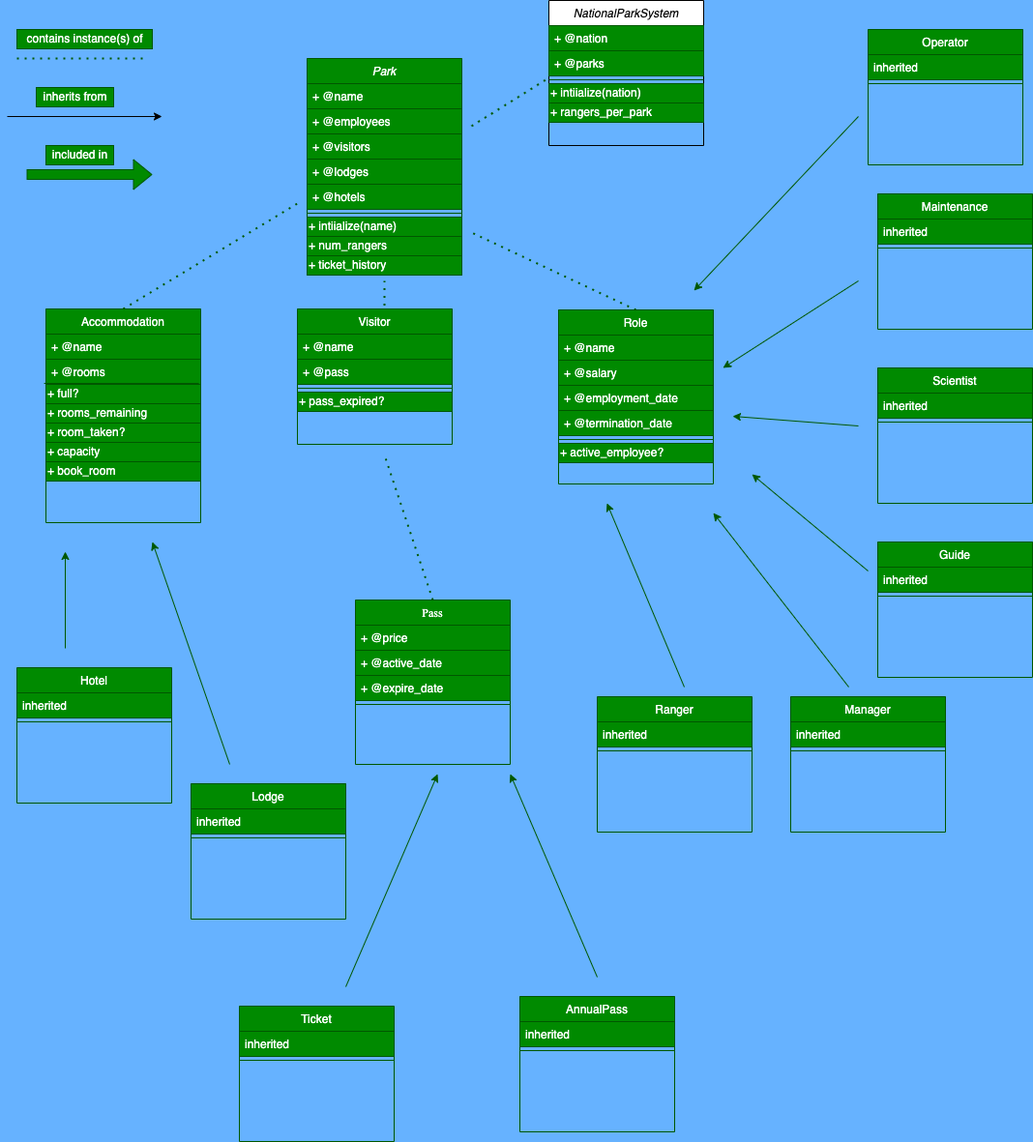
The draw.io diagram national_parks.drawio.png in TedTran2019-Qwasar/National-Parks-UML, before a commit. Source tidied: cells renumbered, new cells last; positions are measured from the earlier drawing's top-left corner, leaving out a move shared by most shapes.
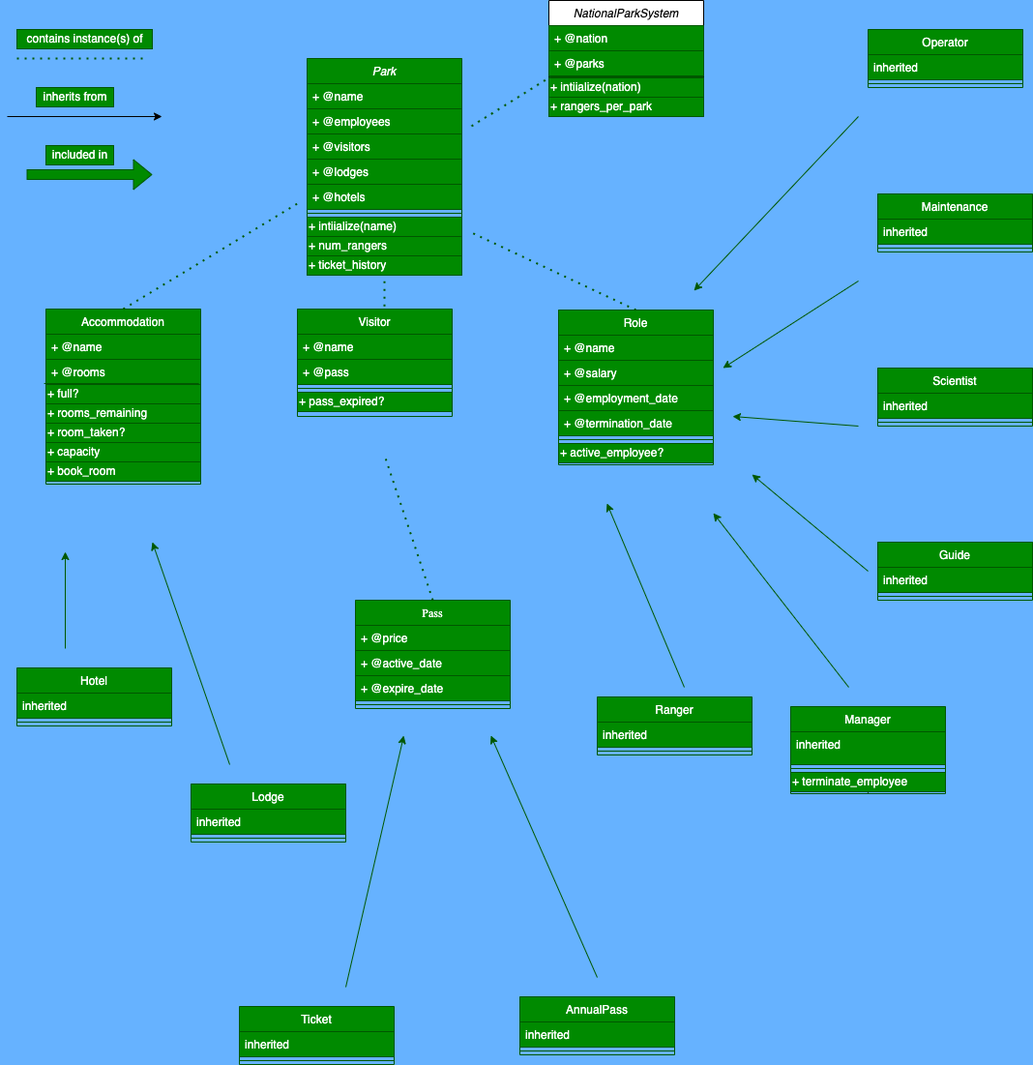
The same file after the commit.

Commit message:
Changes active? Also, this is terribly done lol...

The edit, as a diff of the source:
```diff
@@ -33,7 +33,7 @@
       <mxGeometry y="204" width="160" height="20" as="geometry" />
     </mxCell>
     <mxCell id="12" value="Accommodation&#10;" style="swimlane;fontStyle=0;align=center;verticalAlign=top;horizontal=1;startSize=26;rounded=0;shadow=0;strokeWidth=1;fillColor=#008a00;fontColor=#ffffff;strokeColor=#005700;" parent="1" vertex="1">
-      <mxGeometry x="40" y="319" width="160" height="221" as="geometry" />
+      <mxGeometry x="40" y="319" width="160" height="181" as="geometry" />
     </mxCell>
     <mxCell id="13" value="+ @name" style="text;align=left;verticalAlign=top;spacingLeft=4;spacingRight=4;overflow=hidden;fillColor=#008a00;fontColor=#ffffff;strokeColor=#005700;" parent="12" vertex="1">
       <mxGeometry y="26" width="160" height="26" as="geometry" />
@@ -60,7 +60,7 @@
       <mxGeometry relative="1" as="geometry" />
     </mxCell>
     <mxCell id="21" value="Visitor&#10;" style="swimlane;fontStyle=0;align=center;verticalAlign=top;horizontal=1;startSize=26;rounded=0;shadow=0;strokeWidth=1;fillColor=#008a00;fontColor=#ffffff;strokeColor=#005700;" parent="1" vertex="1">
-      <mxGeometry x="300" y="319" width="160" height="140" as="geometry" />
+      <mxGeometry x="300" y="319" width="160" height="111" as="geometry" />
     </mxCell>
     <mxCell id="22" value="+ @name&#10;" style="text;align=left;verticalAlign=top;spacingLeft=4;spacingRight=4;overflow=hidden;fillColor=#008a00;fontColor=#ffffff;strokeColor=#005700;" parent="21" vertex="1">
       <mxGeometry y="26" width="160" height="26" as="geometry" />
@@ -75,7 +75,7 @@
       <mxGeometry y="86" width="160" height="20" as="geometry" />
     </mxCell>
     <mxCell id="26" value="Role" style="swimlane;fontStyle=0;align=center;verticalAlign=top;horizontal=1;startSize=26;rounded=0;shadow=0;strokeWidth=1;fillColor=#008a00;fontColor=#ffffff;strokeColor=#005700;" parent="1" vertex="1">
-      <mxGeometry x="570" y="320" width="160" height="180" as="geometry" />
+      <mxGeometry x="570" y="320" width="160" height="160" as="geometry" />
     </mxCell>
     <mxCell id="27" value="+ @name" style="text;align=left;verticalAlign=top;spacingLeft=4;spacingRight=4;overflow=hidden;fillColor=#008a00;fontColor=#ffffff;strokeColor=#005700;" parent="26" vertex="1">
       <mxGeometry y="26" width="160" height="26" as="geometry" />
@@ -150,7 +150,7 @@
       </mxGeometry>
     </mxCell>
     <mxCell id="44" value="Hotel&#10;" style="swimlane;fontStyle=0;align=center;verticalAlign=top;horizontal=1;startSize=26;rounded=0;shadow=0;strokeWidth=1;fillColor=#008a00;fontColor=#ffffff;strokeColor=#005700;" parent="1" vertex="1">
-      <mxGeometry x="10" y="690" width="160" height="140" as="geometry" />
+      <mxGeometry x="10" y="690" width="160" height="60" as="geometry" />
     </mxCell>
     <mxCell id="45" value="inherited" style="text;align=left;verticalAlign=top;spacingLeft=4;spacingRight=4;overflow=hidden;fillColor=#008a00;fontColor=#ffffff;strokeColor=#005700;" parent="44" vertex="1">
       <mxGeometry y="26" width="160" height="26" as="geometry" />
@@ -159,7 +159,7 @@
       <mxGeometry y="52" width="160" height="8" as="geometry" />
     </mxCell>
     <mxCell id="47" value="Lodge&#10;" style="swimlane;fontStyle=0;align=center;verticalAlign=top;horizontal=1;startSize=26;rounded=0;shadow=0;strokeWidth=1;fillColor=#008a00;fontColor=#ffffff;strokeColor=#005700;" parent="1" vertex="1">
-      <mxGeometry x="190" y="810" width="160" height="140" as="geometry" />
+      <mxGeometry x="190" y="810" width="160" height="60" as="geometry" />
     </mxCell>
     <mxCell id="48" value="inherited" style="text;align=left;verticalAlign=top;spacingLeft=4;spacingRight=4;overflow=hidden;fillColor=#008a00;fontColor=#ffffff;strokeColor=#005700;" parent="47" vertex="1">
       <mxGeometry y="26" width="160" height="26" as="geometry" />
@@ -180,7 +180,7 @@
       </mxGeometry>
     </mxCell>
     <mxCell id="52" value="Ranger" style="swimlane;fontStyle=0;align=center;verticalAlign=top;horizontal=1;startSize=26;rounded=0;shadow=0;strokeWidth=1;fillColor=#008a00;fontColor=#ffffff;strokeColor=#005700;" parent="1" vertex="1">
-      <mxGeometry x="610" y="720" width="160" height="140" as="geometry" />
+      <mxGeometry x="610" y="720" width="160" height="60" as="geometry" />
     </mxCell>
     <mxCell id="53" value="inherited" style="text;align=left;verticalAlign=top;spacingLeft=4;spacingRight=4;overflow=hidden;fillColor=#008a00;fontColor=#ffffff;strokeColor=#005700;" parent="52" vertex="1">
       <mxGeometry y="26" width="160" height="26" as="geometry" />
@@ -189,16 +189,22 @@
       <mxGeometry y="52" width="160" height="8" as="geometry" />
     </mxCell>
     <mxCell id="55" value="Manager" style="swimlane;fontStyle=0;align=center;verticalAlign=top;horizontal=1;startSize=26;rounded=0;shadow=0;strokeWidth=1;fillColor=#008a00;fontColor=#ffffff;strokeColor=#005700;" parent="1" vertex="1">
-      <mxGeometry x="810" y="720" width="160" height="140" as="geometry" />
+      <mxGeometry x="810" y="730" width="160" height="90" as="geometry" />
     </mxCell>
     <mxCell id="56" value="inherited" style="text;align=left;verticalAlign=top;spacingLeft=4;spacingRight=4;overflow=hidden;fillColor=#008a00;fontColor=#ffffff;strokeColor=#005700;" parent="55" vertex="1">
-      <mxGeometry y="26" width="160" height="26" as="geometry" />
+      <mxGeometry y="26" width="160" height="34" as="geometry" />
     </mxCell>
     <mxCell id="57" style="line;html=1;strokeWidth=1;align=left;verticalAlign=middle;spacingTop=-1;spacingLeft=3;spacingRight=3;labelPosition=right;fillColor=#008a00;fontColor=#ffffff;strokeColor=#005700;" parent="55" vertex="1">
-      <mxGeometry y="52" width="160" height="8" as="geometry" />
+      <mxGeometry y="60" width="160" height="8" as="geometry" />
     </mxCell>
+    <mxCell id="95" style="edgeStyle=none;html=1;entryX=0.5;entryY=1;entryDx=0;entryDy=0;" parent="55" edge="1" source="96" target="55">
+      <mxGeometry relative="1" as="geometry" />
+    </mxCell>
+    <mxCell id="96" value="+ terminate_employee" style="text;html=1;align=left;verticalAlign=middle;points=[];strokeColor=#005700;fillColor=#008a00;fontColor=#ffffff;" parent="55" vertex="1">
+      <mxGeometry y="68" width="160" height="20" as="geometry" />
+    </mxCell>
     <mxCell id="58" value="Maintenance" style="swimlane;fontStyle=0;align=center;verticalAlign=top;horizontal=1;startSize=26;rounded=0;shadow=0;strokeWidth=1;fillColor=#008a00;fontColor=#ffffff;strokeColor=#005700;" parent="1" vertex="1">
-      <mxGeometry x="900" y="200" width="160" height="140" as="geometry" />
+      <mxGeometry x="900" y="200" width="160" height="60" as="geometry" />
     </mxCell>
     <mxCell id="59" value="inherited" style="text;align=left;verticalAlign=top;spacingLeft=4;spacingRight=4;overflow=hidden;fillColor=#008a00;fontColor=#ffffff;strokeColor=#005700;" parent="58" vertex="1">
       <mxGeometry y="26" width="160" height="26" as="geometry" />
@@ -207,7 +213,7 @@
       <mxGeometry y="52" width="160" height="8" as="geometry" />
     </mxCell>
     <mxCell id="61" value="Scientist&#10;" style="swimlane;fontStyle=0;align=center;verticalAlign=top;horizontal=1;startSize=26;rounded=0;shadow=0;strokeWidth=1;fillColor=#008a00;fontColor=#ffffff;strokeColor=#005700;" parent="1" vertex="1">
-      <mxGeometry x="900" y="380" width="160" height="140" as="geometry" />
+      <mxGeometry x="900" y="380" width="160" height="60" as="geometry" />
     </mxCell>
     <mxCell id="62" value="inherited" style="text;align=left;verticalAlign=top;spacingLeft=4;spacingRight=4;overflow=hidden;fillColor=#008a00;fontColor=#ffffff;strokeColor=#005700;" parent="61" vertex="1">
       <mxGeometry y="26" width="160" height="26" as="geometry" />
@@ -216,7 +222,7 @@
       <mxGeometry y="52" width="160" height="8" as="geometry" />
     </mxCell>
     <mxCell id="64" value="Operator&#10;" style="swimlane;fontStyle=0;align=center;verticalAlign=top;horizontal=1;startSize=26;rounded=0;shadow=0;strokeWidth=1;fillColor=#008a00;fontColor=#ffffff;strokeColor=#005700;" parent="1" vertex="1">
-      <mxGeometry x="890" y="30" width="160" height="140" as="geometry" />
+      <mxGeometry x="890" y="30" width="160" height="60" as="geometry" />
     </mxCell>
     <mxCell id="65" value="inherited" style="text;align=left;verticalAlign=top;spacingLeft=4;spacingRight=4;overflow=hidden;fillColor=#008a00;fontColor=#ffffff;strokeColor=#005700;" parent="64" vertex="1">
       <mxGeometry y="26" width="160" height="26" as="geometry" />
@@ -225,7 +231,7 @@
       <mxGeometry y="52" width="160" height="8" as="geometry" />
     </mxCell>
     <mxCell id="67" value="Guide" style="swimlane;fontStyle=0;align=center;verticalAlign=top;horizontal=1;startSize=26;rounded=0;shadow=0;strokeWidth=1;fillColor=#008a00;fontColor=#ffffff;strokeColor=#005700;" parent="1" vertex="1">
-      <mxGeometry x="900" y="560" width="160" height="140" as="geometry" />
+      <mxGeometry x="900" y="560" width="160" height="60" as="geometry" />
     </mxCell>
     <mxCell id="68" value="inherited" style="text;align=left;verticalAlign=top;spacingLeft=4;spacingRight=4;overflow=hidden;fillColor=#008a00;fontColor=#ffffff;strokeColor=#005700;" parent="67" vertex="1">
       <mxGeometry y="26" width="160" height="26" as="geometry" />
@@ -258,7 +264,7 @@
       </mxGeometry>
     </mxCell>
     <mxCell id="74" value="Pass" style="swimlane;fontStyle=0;align=center;verticalAlign=top;horizontal=1;startSize=26;rounded=0;shadow=0;strokeWidth=1;fontFamily=Times New Roman;fillColor=#008a00;fontColor=#ffffff;strokeColor=#005700;" parent="1" vertex="1">
-      <mxGeometry x="360" y="620" width="160" height="170" as="geometry" />
+      <mxGeometry x="360" y="620" width="160" height="112" as="geometry" />
     </mxCell>
     <mxCell id="75" value="+ @price" style="text;align=left;verticalAlign=top;spacingLeft=4;spacingRight=4;overflow=hidden;fillColor=#008a00;fontColor=#ffffff;strokeColor=#005700;" parent="74" vertex="1">
       <mxGeometry y="26" width="160" height="26" as="geometry" />
@@ -281,17 +287,17 @@
     <mxCell id="80" style="endArrow=classic;html=1;fillColor=#008a00;strokeColor=#005700;" parent="1" edge="1">
       <mxGeometry relative="1" as="geometry">
         <mxPoint x="610" y="1010" as="sourcePoint" />
-        <mxPoint x="520" y="800" as="targetPoint" />
+        <mxPoint x="500" y="760" as="targetPoint" />
       </mxGeometry>
     </mxCell>
     <mxCell id="81" style="endArrow=classic;html=1;fillColor=#008a00;strokeColor=#005700;" parent="1" edge="1">
       <mxGeometry relative="1" as="geometry">
         <mxPoint x="350" y="1020" as="sourcePoint" />
-        <mxPoint x="445" y="800" as="targetPoint" />
+        <mxPoint x="410" y="760" as="targetPoint" />
       </mxGeometry>
     </mxCell>
     <mxCell id="82" value="Ticket" style="swimlane;fontStyle=0;align=center;verticalAlign=top;horizontal=1;startSize=26;rounded=0;shadow=0;strokeWidth=1;fillColor=#008a00;fontColor=#ffffff;strokeColor=#005700;" parent="1" vertex="1">
-      <mxGeometry x="240" y="1040" width="160" height="140" as="geometry" />
+      <mxGeometry x="240" y="1040" width="160" height="60" as="geometry" />
     </mxCell>
     <mxCell id="83" value="inherited" style="text;align=left;verticalAlign=top;spacingLeft=4;spacingRight=4;overflow=hidden;fillColor=#008a00;fontColor=#ffffff;strokeColor=#005700;" parent="82" vertex="1">
       <mxGeometry y="26" width="160" height="26" as="geometry" />
@@ -300,7 +306,7 @@
       <mxGeometry y="52" width="160" height="8" as="geometry" />
     </mxCell>
     <mxCell id="85" value="AnnualPass" style="swimlane;fontStyle=0;align=center;verticalAlign=top;horizontal=1;startSize=26;rounded=0;shadow=0;strokeWidth=1;fillColor=#008a00;fontColor=#ffffff;strokeColor=#005700;" parent="1" vertex="1">
-      <mxGeometry x="530" y="1030" width="160" height="140" as="geometry" />
+      <mxGeometry x="530" y="1030" width="160" height="60" as="geometry" />
     </mxCell>
     <mxCell id="86" value="inherited&#10;" style="text;align=left;verticalAlign=top;spacingLeft=4;spacingRight=4;overflow=hidden;fillColor=#008a00;fontColor=#ffffff;strokeColor=#005700;" parent="85" vertex="1">
       <mxGeometry y="26" width="160" height="26" as="geometry" />
@@ -309,7 +315,7 @@
       <mxGeometry y="52" width="160" height="8" as="geometry" />
     </mxCell>
     <mxCell id="88" value="NationalParkSystem" style="swimlane;fontStyle=2;align=center;verticalAlign=top;horizontal=1;startSize=26;rounded=0;shadow=0;strokeWidth=1;" parent="1" vertex="1">
-      <mxGeometry x="560" width="160" height="150" as="geometry" />
+      <mxGeometry x="560" width="160" height="120" as="geometry" />
     </mxCell>
     <mxCell id="89" value="+ @nation" style="text;align=left;verticalAlign=top;spacingLeft=4;spacingRight=4;overflow=hidden;fillColor=#008a00;fontColor=#ffffff;strokeColor=#005700;" parent="88" vertex="1">
       <mxGeometry y="26" width="160" height="26" as="geometry" />
@@ -318,13 +324,13 @@
       <mxGeometry y="52" width="160" height="26" as="geometry" />
     </mxCell>
     <mxCell id="91" style="line;html=1;strokeWidth=1;align=left;verticalAlign=middle;spacingTop=-1;spacingLeft=3;spacingRight=3;labelPosition=right;fillColor=#008a00;fontColor=#ffffff;strokeColor=#005700;" parent="88" vertex="1">
-      <mxGeometry y="78" width="160" height="8" as="geometry" />
+      <mxGeometry y="78" width="160" height="2" as="geometry" />
     </mxCell>
     <mxCell id="92" value="+ intiialize(nation)" style="text;html=1;align=left;verticalAlign=middle;fillColor=#008a00;fontColor=#ffffff;strokeColor=#005700;" parent="88" vertex="1">
-      <mxGeometry y="86" width="160" height="20" as="geometry" />
+      <mxGeometry y="80" width="160" height="20" as="geometry" />
     </mxCell>
     <mxCell id="93" value="+ rangers_per_park" style="text;html=1;align=left;verticalAlign=middle;fillColor=#008a00;fontColor=#ffffff;strokeColor=#005700;" parent="88" vertex="1">
-      <mxGeometry y="106" width="160" height="20" as="geometry" />
+      <mxGeometry y="100" width="160" height="20" as="geometry" />
     </mxCell>
     <mxCell id="94" style="endArrow=none;dashed=1;html=1;dashPattern=1 3;strokeWidth=2;fillColor=#008a00;strokeColor=#005700;" parent="1" edge="1">
       <mxGeometry relative="1" as="geometry">
```
